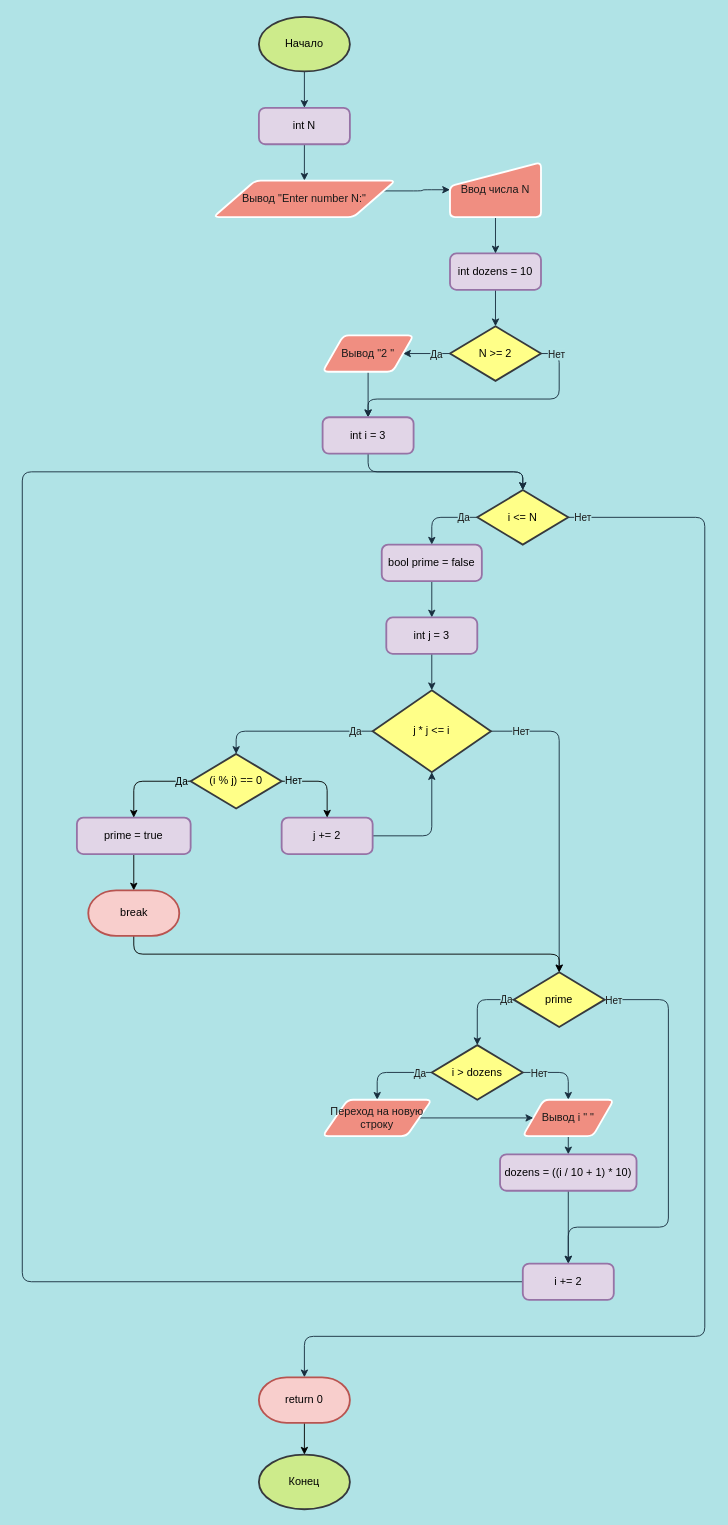
This is page "Лабораторная работа №3" (3 of 3) of flowcharts_for_labs1-3.drawio from MoonFoxy/Programming_labs, a draw.io file, before an edit. Source tidied: cells renumbered, new cells numbered last; positions are measured from the earlier drawing's top-left corner, leaving out a move shared by most shapes. Both pictures are drawn from the tidied source at 91%, with x=0, y=0 at pixel (22, 16).
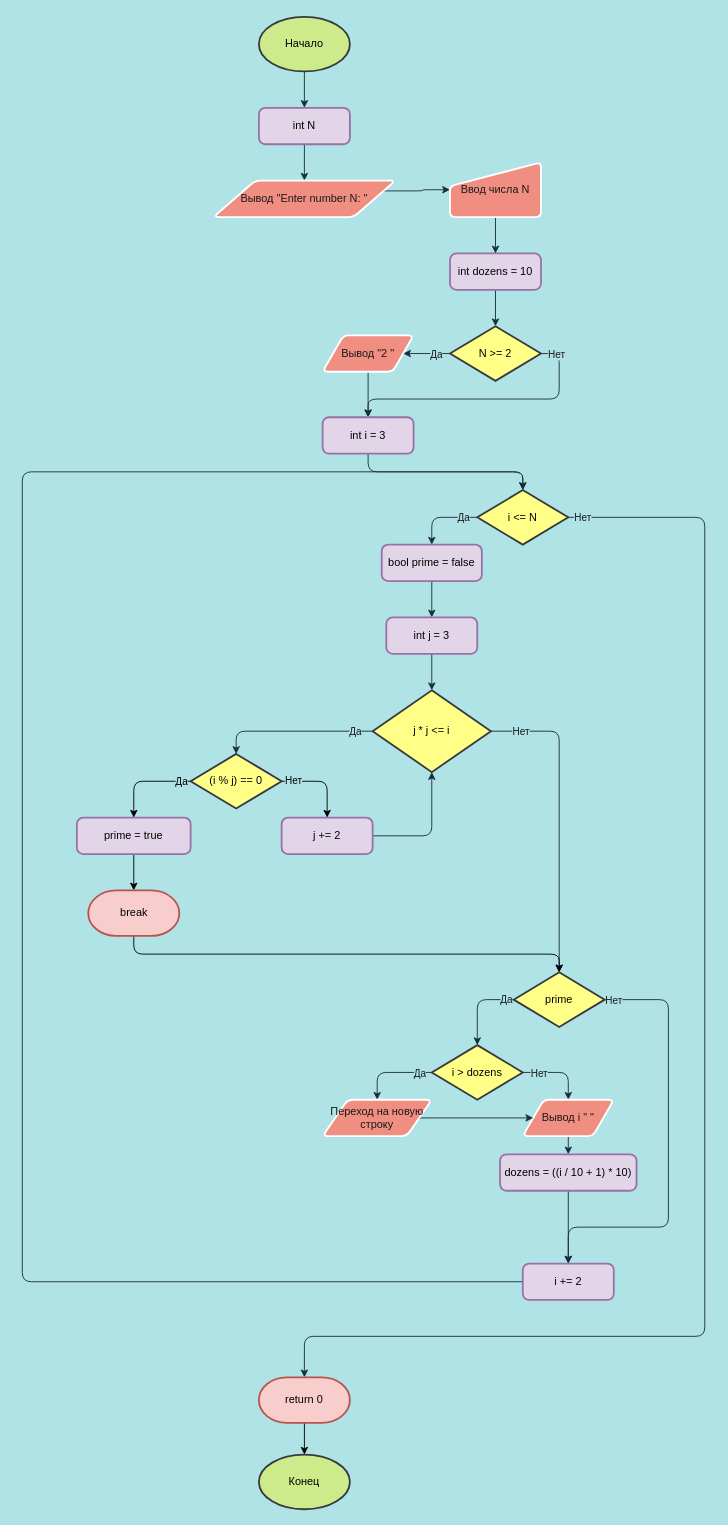
The same diagram, later.

The edit, as a diff of the source:
```diff
@@
-    <mxCell id="7" value="Вывод &quot;Enter number N:&quot;" style="shape=parallelogram;html=1;strokeWidth=2;perimeter=parallelogramPerimeter;whiteSpace=wrap;arcSize=12;size=0.23;fillColor=#F08E81;fontColor=#1A1A1A;strokeColor=#FFFFFF;rounded=1;" parent="1" vertex="1">
+    <mxCell id="7" value="Вывод &quot;Enter number N: &quot;" style="shape=parallelogram;html=1;strokeWidth=2;perimeter=parallelogramPerimeter;whiteSpace=wrap;arcSize=12;size=0.23;fillColor=#F08E81;fontColor=#1A1A1A;strokeColor=#FFFFFF;rounded=1;" parent="1" vertex="1">
       <mxGeometry x="210" y="180" width="200" height="40" as="geometry" />
     </mxCell>
```
